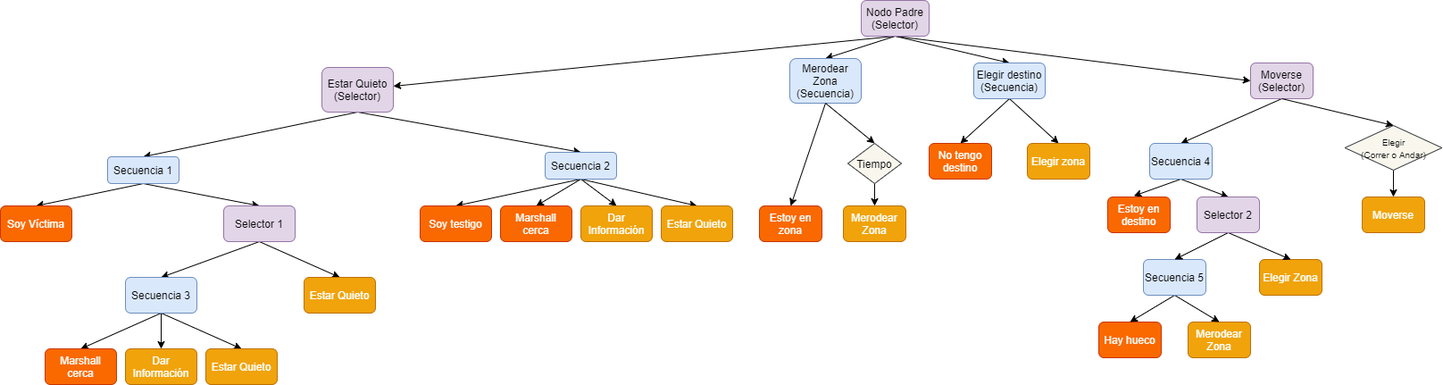
This is Comportamiento de Personajes/Documentos/BehaviourTreeVillager.png from lightningopal/Juegos-para-Web-y-Redes-Sociales---Unity, a draw.io export, as it was before one commit. Source tidied: cells renumbered, new cells last; positions are measured from the earlier drawing's top-left corner, leaving out a move shared by most shapes.
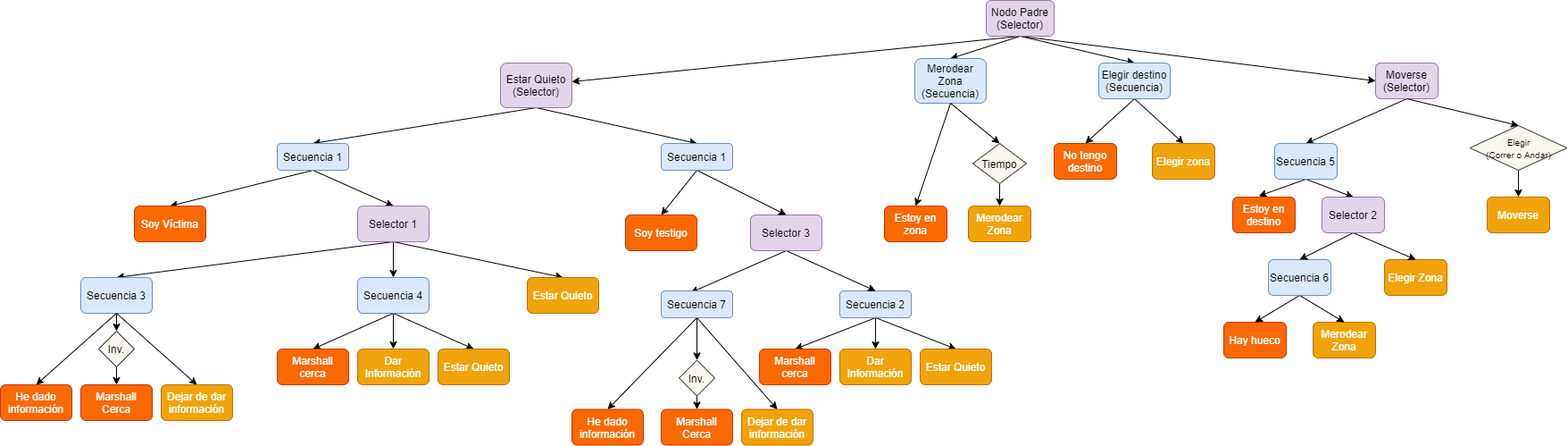
After the commit.

Commit message:
[CDP] - Behaviour Trree Aldeano actualizado

What changed in the source:
```diff
@@ -38,11 +38,11 @@
     <mxCell id="13" style="edgeStyle=none;rounded=0;jettySize=auto;html=1;exitX=0.5;exitY=1;exitDx=0;exitDy=0;entryX=0.5;entryY=0;entryDx=0;entryDy=0;" parent="1" edge="1" source="15" target="41">
       <mxGeometry relative="1" as="geometry" />
     </mxCell>
-    <mxCell id="14" style="edgeStyle=none;rounded=0;jettySize=auto;html=1;exitX=0.5;exitY=1;exitDx=0;exitDy=0;entryX=0.5;entryY=0;entryDx=0;entryDy=0;" parent="1" edge="1" source="15" target="34">
-      <mxGeometry relative="1" as="geometry" />
-    </mxCell>
+    <mxCell id="65" style="edgeStyle=none;rounded=0;jettySize=auto;html=1;exitX=0.5;exitY=1;exitDx=0;exitDy=0;entryX=0.5;entryY=0;entryDx=0;entryDy=0;" parent="1" edge="1" source="15" target="87">
+      <mxGeometry relative="1" as="geometry" />
+    </mxCell>
     <mxCell id="15" value="Estar Quieto&lt;br&gt;(Selector)" style="rounded=1;whiteSpace=wrap;html=1;fillColor=#e1d5e7;strokeColor=#9673a6;" parent="1" vertex="1">
-      <mxGeometry x="360" y="75" width="80" height="50" as="geometry" />
+      <mxGeometry x="420" y="70" width="80" height="50" as="geometry" />
     </mxCell>
     <mxCell id="16" value="Estoy en zona" style="rounded=1;whiteSpace=wrap;html=1;fillColor=#fa6800;strokeColor=#C73500;fontColor=#ffffff;" parent="1" vertex="1">
       <mxGeometry x="850" y="230" width="70" height="40" as="geometry" />
@@ -71,7 +71,7 @@
     <mxCell id="24" style="edgeStyle=none;rounded=0;jettySize=auto;html=1;exitX=0.5;exitY=1;exitDx=0;exitDy=0;entryX=0.5;entryY=0;entryDx=0;entryDy=0;" parent="1" edge="1" source="25" target="60">
       <mxGeometry relative="1" as="geometry" />
     </mxCell>
-    <mxCell id="25" value="Secuencia 4" style="rounded=1;whiteSpace=wrap;html=1;fillColor=#dae8fc;strokeColor=#6c8ebf;" parent="1" vertex="1">
+    <mxCell id="25" value="Secuencia 5" style="rounded=1;whiteSpace=wrap;html=1;fillColor=#dae8fc;strokeColor=#6c8ebf;" parent="1" vertex="1">
       <mxGeometry x="1287" y="160" width="70" height="40" as="geometry" />
     </mxCell>
     <mxCell id="26" value="Moverse" style="rounded=1;whiteSpace=wrap;html=1;fillColor=#f0a30a;strokeColor=#BD7000;fontColor=#ffffff;" parent="1" vertex="1">
@@ -86,9 +86,6 @@
     <mxCell id="29" value="Merodear Zona" style="rounded=1;whiteSpace=wrap;html=1;fillColor=#f0a30a;strokeColor=#BD7000;fontColor=#ffffff;" parent="1" vertex="1">
       <mxGeometry x="1330" y="360" width="70" height="40" as="geometry" />
     </mxCell>
-    <mxCell id="30" style="edgeStyle=none;rounded=0;jettySize=auto;html=1;exitX=0.5;exitY=1;exitDx=0;exitDy=0;entryX=0.5;entryY=0;entryDx=0;entryDy=0;" parent="1" edge="1" source="34" target="35">
-      <mxGeometry relative="1" as="geometry" />
-    </mxCell>
     <mxCell id="31" style="edgeStyle=none;rounded=0;jettySize=auto;html=1;exitX=0.5;exitY=1;exitDx=0;exitDy=0;entryX=0.5;entryY=0;entryDx=0;entryDy=0;" parent="1" edge="1" source="34" target="36">
       <mxGeometry relative="1" as="geometry" />
     </mxCell>
@@ -99,19 +96,16 @@
       <mxGeometry relative="1" as="geometry" />
     </mxCell>
     <mxCell id="34" value="Secuencia 2" style="rounded=1;whiteSpace=wrap;html=1;fillColor=#dae8fc;strokeColor=#6c8ebf;" parent="1" vertex="1">
-      <mxGeometry x="610" y="170" width="80" height="30" as="geometry" />
+      <mxGeometry x="800" y="325" width="80" height="30" as="geometry" />
     </mxCell>
-    <mxCell id="35" value="Soy testigo" style="rounded=1;whiteSpace=wrap;html=1;fillColor=#fa6800;strokeColor=#C73500;fontColor=#ffffff;" parent="1" vertex="1">
-      <mxGeometry x="470" y="230" width="80" height="40" as="geometry" />
-    </mxCell>
     <mxCell id="36" value="Marshall cerca" style="rounded=1;whiteSpace=wrap;html=1;fillColor=#fa6800;strokeColor=#C73500;fontColor=#ffffff;" parent="1" vertex="1">
-      <mxGeometry x="560" y="230" width="80" height="40" as="geometry" />
+      <mxGeometry x="710" y="390" width="80" height="40" as="geometry" />
     </mxCell>
     <mxCell id="37" value="Estar Quieto" style="rounded=1;whiteSpace=wrap;html=1;fillColor=#f0a30a;strokeColor=#BD7000;fontColor=#ffffff;" parent="1" vertex="1">
-      <mxGeometry x="740" y="230" width="80" height="40" as="geometry" />
+      <mxGeometry x="890" y="390" width="80" height="40" as="geometry" />
     </mxCell>
     <mxCell id="38" value="Dar Información" style="rounded=1;whiteSpace=wrap;html=1;fillColor=#f0a30a;strokeColor=#BD7000;fontColor=#ffffff;" parent="1" vertex="1">
-      <mxGeometry x="650" y="230" width="80" height="40" as="geometry" />
+      <mxGeometry x="800" y="390" width="80" height="40" as="geometry" />
     </mxCell>
     <mxCell id="39" style="edgeStyle=none;rounded=0;jettySize=auto;html=1;exitX=0.5;exitY=1;exitDx=0;exitDy=0;entryX=0.5;entryY=0;entryDx=0;entryDy=0;" parent="1" edge="1" source="41" target="42">
       <mxGeometry relative="1" as="geometry" />
@@ -120,10 +114,10 @@
       <mxGeometry relative="1" as="geometry" />
     </mxCell>
     <mxCell id="41" value="Secuencia 1" style="rounded=1;whiteSpace=wrap;html=1;fillColor=#dae8fc;strokeColor=#6c8ebf;" parent="1" vertex="1">
-      <mxGeometry x="120" y="175" width="80" height="30" as="geometry" />
+      <mxGeometry x="170" y="160" width="80" height="30" as="geometry" />
     </mxCell>
     <mxCell id="42" value="Soy Víctima" style="rounded=1;whiteSpace=wrap;html=1;fillColor=#fa6800;strokeColor=#C73500;fontColor=#ffffff;" parent="1" vertex="1">
-      <mxGeometry y="230" width="80" height="40" as="geometry" />
+      <mxGeometry x="10" y="230" width="80" height="40" as="geometry" />
     </mxCell>
     <mxCell id="43" style="edgeStyle=none;rounded=0;jettySize=auto;html=1;exitX=0.5;exitY=1;exitDx=0;exitDy=0;entryX=0.5;entryY=0;entryDx=0;entryDy=0;" parent="1" edge="1" source="45" target="49">
       <mxGeometry relative="1" as="geometry" />
@@ -131,8 +125,11 @@
     <mxCell id="44" style="edgeStyle=none;rounded=0;jettySize=auto;html=1;exitX=0.5;exitY=1;exitDx=0;exitDy=0;entryX=0.5;entryY=0;entryDx=0;entryDy=0;" parent="1" edge="1" source="45" target="50">
       <mxGeometry relative="1" as="geometry" />
     </mxCell>
+    <mxCell id="66" style="edgeStyle=none;rounded=0;jettySize=auto;html=1;exitX=0.5;exitY=1;exitDx=0;exitDy=0;entryX=0.5;entryY=0;entryDx=0;entryDy=0;" parent="1" edge="1" source="45" target="70">
+      <mxGeometry relative="1" as="geometry" />
+    </mxCell>
     <mxCell id="45" value="Selector 1" style="rounded=1;whiteSpace=wrap;html=1;fillColor=#e1d5e7;strokeColor=#9673a6;" parent="1" vertex="1">
-      <mxGeometry x="250" y="230" width="80" height="40" as="geometry" />
+      <mxGeometry x="260" y="230" width="80" height="40" as="geometry" />
     </mxCell>
     <mxCell id="46" style="edgeStyle=none;rounded=0;jettySize=auto;html=1;exitX=0.5;exitY=1;exitDx=0;exitDy=0;entryX=0.5;entryY=0;entryDx=0;entryDy=0;" parent="1" edge="1" source="49" target="51">
       <mxGeometry relative="1" as="geometry" />
@@ -143,20 +140,20 @@
     <mxCell id="48" style="edgeStyle=none;rounded=0;jettySize=auto;html=1;exitX=0.5;exitY=1;exitDx=0;exitDy=0;entryX=0.5;entryY=0;entryDx=0;entryDy=0;" parent="1" edge="1" source="49" target="52">
       <mxGeometry relative="1" as="geometry" />
     </mxCell>
-    <mxCell id="49" value="Secuencia 3" style="rounded=1;whiteSpace=wrap;html=1;fillColor=#dae8fc;strokeColor=#6c8ebf;" parent="1" vertex="1">
-      <mxGeometry x="140" y="310" width="80" height="40" as="geometry" />
+    <mxCell id="49" value="Secuencia 4" style="rounded=1;whiteSpace=wrap;html=1;fillColor=#dae8fc;strokeColor=#6c8ebf;" parent="1" vertex="1">
+      <mxGeometry x="260" y="310" width="80" height="40" as="geometry" />
     </mxCell>
     <mxCell id="50" value="Estar Quieto" style="rounded=1;whiteSpace=wrap;html=1;fillColor=#f0a30a;strokeColor=#BD7000;fontColor=#ffffff;" parent="1" vertex="1">
-      <mxGeometry x="340" y="310" width="80" height="40" as="geometry" />
+      <mxGeometry x="450" y="310" width="80" height="40" as="geometry" />
     </mxCell>
     <mxCell id="51" value="Marshall cerca" style="rounded=1;whiteSpace=wrap;html=1;fillColor=#fa6800;strokeColor=#C73500;fontColor=#ffffff;" parent="1" vertex="1">
-      <mxGeometry x="50" y="390" width="80" height="40" as="geometry" />
+      <mxGeometry x="170" y="390" width="80" height="40" as="geometry" />
     </mxCell>
     <mxCell id="52" value="Estar Quieto" style="rounded=1;whiteSpace=wrap;html=1;fillColor=#f0a30a;strokeColor=#BD7000;fontColor=#ffffff;" parent="1" vertex="1">
-      <mxGeometry x="230" y="390" width="80" height="40" as="geometry" />
+      <mxGeometry x="350" y="390" width="80" height="40" as="geometry" />
     </mxCell>
     <mxCell id="53" value="Dar Información" style="rounded=1;whiteSpace=wrap;html=1;fillColor=#f0a30a;strokeColor=#BD7000;fontColor=#ffffff;" parent="1" vertex="1">
-      <mxGeometry x="140" y="390" width="80" height="40" as="geometry" />
+      <mxGeometry x="260" y="390" width="80" height="40" as="geometry" />
     </mxCell>
     <mxCell id="54" value="Elegir Zona" style="rounded=1;whiteSpace=wrap;html=1;fillColor=#f0a30a;strokeColor=#BD7000;fontColor=#ffffff;" parent="1" vertex="1">
       <mxGeometry x="1410" y="290" width="70" height="40" as="geometry" />
@@ -167,7 +164,7 @@
     <mxCell id="56" style="edgeStyle=none;rounded=0;jettySize=auto;html=1;exitX=0.5;exitY=1;exitDx=0;exitDy=0;entryX=0.5;entryY=0;entryDx=0;entryDy=0;" parent="1" edge="1" source="57" target="29">
       <mxGeometry relative="1" as="geometry" />
     </mxCell>
-    <mxCell id="57" value="Secuencia 5" style="rounded=1;whiteSpace=wrap;html=1;fillColor=#dae8fc;strokeColor=#6c8ebf;" parent="1" vertex="1">
+    <mxCell id="57" value="Secuencia 6" style="rounded=1;whiteSpace=wrap;html=1;fillColor=#dae8fc;strokeColor=#6c8ebf;" parent="1" vertex="1">
       <mxGeometry x="1280" y="290" width="70" height="40" as="geometry" />
     </mxCell>
     <mxCell id="58" style="edgeStyle=none;rounded=0;jettySize=auto;html=1;exitX=0.5;exitY=1;exitDx=0;exitDy=0;entryX=0.5;entryY=0;entryDx=0;entryDy=0;" parent="1" edge="1" source="60" target="57">
@@ -191,5 +188,80 @@
     <mxCell id="64" style="edgeStyle=none;rounded=0;jettySize=auto;html=1;exitX=0.5;exitY=1;exitDx=0;exitDy=0;entryX=0.5;entryY=0;entryDx=0;entryDy=0;" parent="1" edge="1" source="9" target="63">
       <mxGeometry relative="1" as="geometry" />
     </mxCell>
+    <mxCell id="67" style="edgeStyle=none;rounded=0;jettySize=auto;html=1;exitX=0.5;exitY=1;exitDx=0;exitDy=0;entryX=0.5;entryY=0;entryDx=0;entryDy=0;" parent="1" edge="1" source="70" target="71">
+      <mxGeometry relative="1" as="geometry" />
+    </mxCell>
+    <mxCell id="68" style="edgeStyle=none;rounded=0;jettySize=auto;html=1;exitX=0.5;exitY=1;exitDx=0;exitDy=0;entryX=0.5;entryY=0;entryDx=0;entryDy=0;" parent="1" edge="1" source="88" target="72">
+      <mxGeometry relative="1" as="geometry" />
+    </mxCell>
+    <mxCell id="69" style="edgeStyle=none;rounded=0;jettySize=auto;html=1;exitX=0.5;exitY=1;exitDx=0;exitDy=0;entryX=0.5;entryY=0;entryDx=0;entryDy=0;" parent="1" edge="1" source="70" target="73">
+      <mxGeometry relative="1" as="geometry" />
+    </mxCell>
+    <mxCell id="70" value="Secuencia 3" style="rounded=1;whiteSpace=wrap;html=1;fillColor=#dae8fc;strokeColor=#6c8ebf;" parent="1" vertex="1">
+      <mxGeometry x="-50" y="310" width="80" height="40" as="geometry" />
+    </mxCell>
+    <mxCell id="71" value="He dado información" style="rounded=1;whiteSpace=wrap;html=1;fillColor=#fa6800;strokeColor=#C73500;fontColor=#ffffff;" parent="1" vertex="1">
+      <mxGeometry x="-140" y="430" width="80" height="40" as="geometry" />
+    </mxCell>
+    <mxCell id="72" value="Marshall Cerca" style="rounded=1;whiteSpace=wrap;html=1;fillColor=#fa6800;strokeColor=#C73500;fontColor=#ffffff;" parent="1" vertex="1">
+      <mxGeometry x="-50" y="430" width="80" height="40" as="geometry" />
+    </mxCell>
+    <mxCell id="73" value="Dejar de dar información" style="rounded=1;whiteSpace=wrap;html=1;fillColor=#f0a30a;strokeColor=#BD7000;fontColor=#ffffff;" parent="1" vertex="1">
+      <mxGeometry x="40" y="430" width="80" height="40" as="geometry" />
+    </mxCell>
+    <mxCell id="74" style="edgeStyle=none;rounded=0;jettySize=auto;html=1;exitX=0.5;exitY=1;exitDx=0;exitDy=0;entryX=0.5;entryY=0;entryDx=0;entryDy=0;" parent="1" edge="1" source="76" target="34">
+      <mxGeometry relative="1" as="geometry" />
+    </mxCell>
+    <mxCell id="75" style="edgeStyle=none;rounded=0;jettySize=auto;html=1;exitX=0.5;exitY=1;exitDx=0;exitDy=0;entryX=0.413;entryY=0.06;entryDx=0;entryDy=0;entryPerimeter=0;" parent="1" edge="1" source="76" target="81">
+      <mxGeometry relative="1" as="geometry" />
+    </mxCell>
+    <mxCell id="76" value="Selector 3" style="rounded=1;whiteSpace=wrap;html=1;fillColor=#e1d5e7;strokeColor=#9673a6;" parent="1" vertex="1">
+      <mxGeometry x="700" y="240" width="80" height="40" as="geometry" />
+    </mxCell>
+    <mxCell id="77" style="edgeStyle=none;rounded=0;jettySize=auto;html=1;exitX=0.5;exitY=1;exitDx=0;exitDy=0;entryX=0.5;entryY=0;entryDx=0;entryDy=0;" parent="1" edge="1" source="81" target="82">
+      <mxGeometry relative="1" as="geometry" />
+    </mxCell>
+    <mxCell id="78" style="edgeStyle=none;rounded=0;jettySize=auto;html=1;exitX=0.5;exitY=1;exitDx=0;exitDy=0;" parent="1" edge="1" source="90" target="83">
+      <mxGeometry relative="1" as="geometry" />
+    </mxCell>
+    <mxCell id="79" style="edgeStyle=none;rounded=0;jettySize=auto;html=1;exitX=0.5;exitY=1;exitDx=0;exitDy=0;entryX=0.5;entryY=0;entryDx=0;entryDy=0;" parent="1" edge="1" source="81" target="84">
+      <mxGeometry relative="1" as="geometry" />
+    </mxCell>
+    <mxCell id="80" style="edgeStyle=none;rounded=0;jettySize=auto;html=1;exitX=0.5;exitY=1;exitDx=0;exitDy=0;entryX=0.5;entryY=0;entryDx=0;entryDy=0;" parent="1" edge="1" source="81" target="90">
+      <mxGeometry relative="1" as="geometry" />
+    </mxCell>
+    <mxCell id="81" value="Secuencia 7" style="rounded=1;whiteSpace=wrap;html=1;fillColor=#dae8fc;strokeColor=#6c8ebf;" parent="1" vertex="1">
+      <mxGeometry x="600" y="325" width="80" height="30" as="geometry" />
+    </mxCell>
+    <mxCell id="82" value="He dado información" style="rounded=1;whiteSpace=wrap;html=1;fillColor=#fa6800;strokeColor=#C73500;fontColor=#ffffff;" parent="1" vertex="1">
+      <mxGeometry x="500" y="457.5" width="80" height="40" as="geometry" />
+    </mxCell>
+    <mxCell id="83" value="Marshall Cerca" style="rounded=1;whiteSpace=wrap;html=1;fillColor=#fa6800;strokeColor=#C73500;fontColor=#ffffff;" parent="1" vertex="1">
+      <mxGeometry x="600" y="457.5" width="80" height="40" as="geometry" />
+    </mxCell>
+    <mxCell id="84" value="Dejar de dar información" style="rounded=1;whiteSpace=wrap;html=1;fillColor=#f0a30a;strokeColor=#BD7000;fontColor=#ffffff;" parent="1" vertex="1">
+      <mxGeometry x="690" y="457.5" width="80" height="40" as="geometry" />
+    </mxCell>
+    <mxCell id="35" value="Soy testigo" style="rounded=1;whiteSpace=wrap;html=1;fillColor=#fa6800;strokeColor=#C73500;fontColor=#ffffff;" parent="1" vertex="1">
+      <mxGeometry x="560" y="240" width="80" height="40" as="geometry" />
+    </mxCell>
+    <mxCell id="85" style="edgeStyle=none;rounded=0;jettySize=auto;html=1;exitX=0.5;exitY=1;exitDx=0;exitDy=0;entryX=0.5;entryY=0;entryDx=0;entryDy=0;" parent="1" edge="1" source="87" target="35">
+      <mxGeometry relative="1" as="geometry" />
+    </mxCell>
+    <mxCell id="86" style="edgeStyle=none;rounded=0;jettySize=auto;html=1;exitX=0.5;exitY=1;exitDx=0;exitDy=0;entryX=0.5;entryY=0;entryDx=0;entryDy=0;" parent="1" edge="1" source="87" target="76">
+      <mxGeometry relative="1" as="geometry" />
+    </mxCell>
+    <mxCell id="87" value="Secuencia 1" style="rounded=1;whiteSpace=wrap;html=1;fillColor=#dae8fc;strokeColor=#6c8ebf;" parent="1" vertex="1">
+      <mxGeometry x="600" y="160" width="80" height="30" as="geometry" />
+    </mxCell>
+    <mxCell id="88" value="Inv." style="rhombus;whiteSpace=wrap;html=1;fillColor=#f9f7ed;strokeColor=#36393d;" parent="1" vertex="1">
+      <mxGeometry x="-30" y="370" width="40" height="40" as="geometry" />
+    </mxCell>
+    <mxCell id="89" style="edgeStyle=none;rounded=0;jettySize=auto;html=1;exitX=0.5;exitY=1;exitDx=0;exitDy=0;entryX=0.5;entryY=0;entryDx=0;entryDy=0;" parent="1" edge="1" source="70" target="88">
+      <mxGeometry relative="1" as="geometry" />
+    </mxCell>
+    <mxCell id="90" value="Inv." style="rhombus;whiteSpace=wrap;html=1;fillColor=#f9f7ed;strokeColor=#36393d;" parent="1" vertex="1">
+      <mxGeometry x="620" y="402.5" width="40" height="40" as="geometry" />
+    </mxCell>
   </root>
 </mxGraphModel>
```
